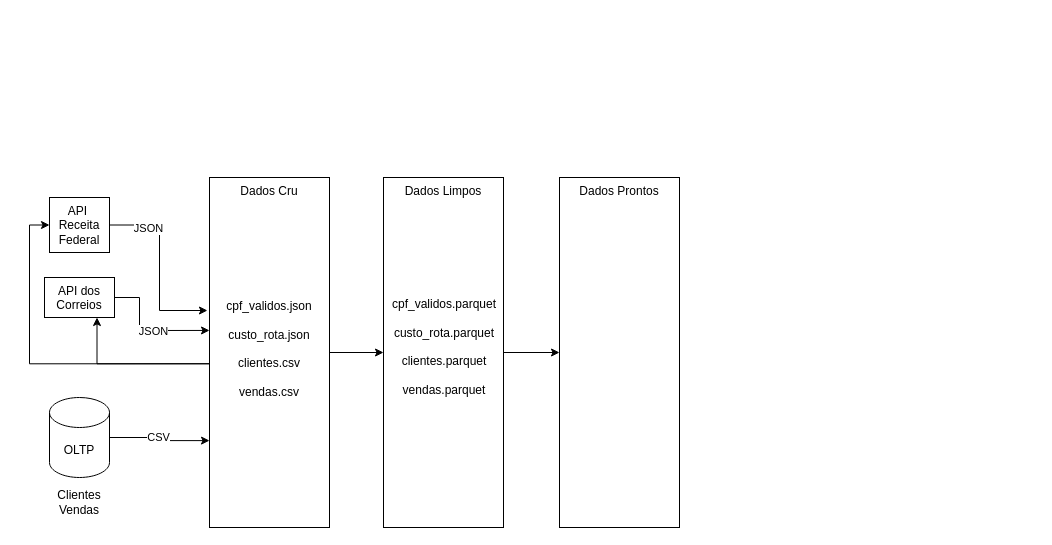
Before: 01-Fundamentos-de-Programacao-e-Dados/01-Introducao-a-Engenharia-de-Dados/Projeto Pratico 1 - Loja.drawio in PArthur006/Formacao-Data_Engineer, a draw.io diagram. Source tidied: cells renumbered, new cells numbered last; positions are measured from the earlier drawing's top-left corner, leaving out a move shared by most shapes. Both pictures are drawn from the tidied source at 100%, with x=0, y=0 at pixel (44, 177). Pictures stored in the file or linked from it are replaced by grey dashed boxes.
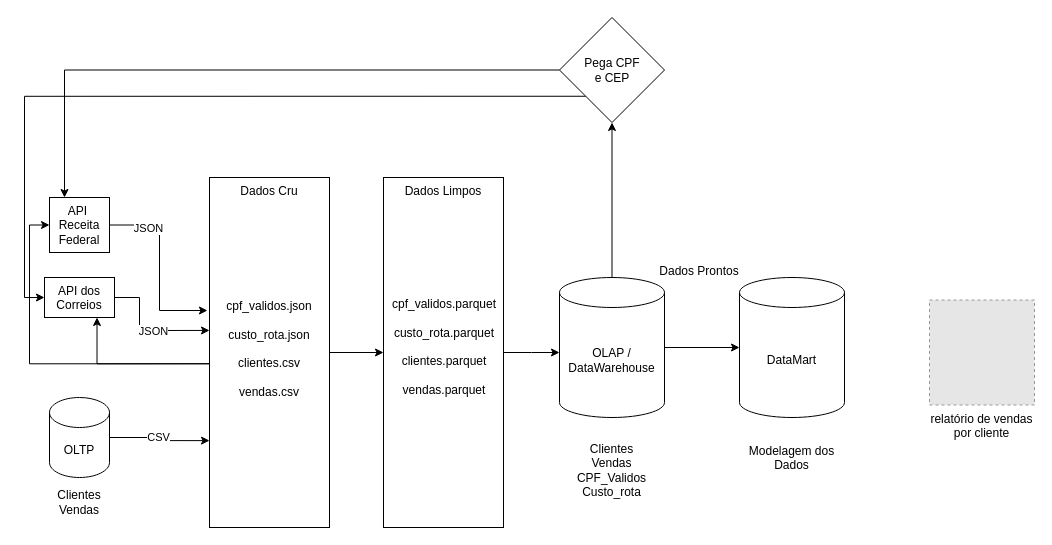
The same page after the edit.

Commit message:
Atualizar Projeto Pratico 1 - Modelo Final

The change refers to these unchanged cells:
```xml
<mxCell id="7" value="API dos Correios&lt;div&gt;&lt;br&gt;&lt;/div&gt;" style="text;html=1;whiteSpace=wrap;strokeColor=none;fillColor=none;align=center;verticalAlign=top;rounded=0;" parent="1" vertex="1">
  <mxGeometry y="100" width="70" height="40" as="geometry" />
</mxCell>
<mxCell id="9" value="API&amp;nbsp;&lt;div&gt;Receita Federal&lt;/div&gt;" style="text;html=1;whiteSpace=wrap;strokeColor=none;fillColor=none;align=center;verticalAlign=top;rounded=0;" parent="1" vertex="1">
  <mxGeometry x="5" y="20" width="60" height="55" as="geometry" />
</mxCell>
<mxCell id="14" style="rounded=0;whiteSpace=wrap;html=1;" parent="1" vertex="1">
  <mxGeometry x="339" width="120" height="350" as="geometry" />
</mxCell>
```

Diff of the diagram source:
```diff
@@
-    <mxCell id="13" style="edgeStyle=orthogonalEdgeStyle;rounded=0;jettySize=auto;html=1;exitX=1;exitY=0.5;exitDx=0;exitDy=0;" parent="1" edge="1" source="14" target="16">
-      <mxGeometry relative="1" as="geometry" />
+    <mxCell id="13" style="edgeStyle=orthogonalEdgeStyle;rounded=0;jettySize=auto;html=1;exitX=1;exitY=0.5;exitDx=0;exitDy=0;" parent="1" edge="1" source="14">
+      <mxGeometry relative="1" as="geometry">
+        <mxPoint x="515" y="175" as="targetPoint" />
+      </mxGeometry>
     </mxCell>
@@
-    <mxCell id="16" style="rounded=0;whiteSpace=wrap;html=1;" parent="1" vertex="1">
-      <mxGeometry x="515" width="120" height="350" as="geometry" />
-    </mxCell>
-    <mxCell id="17" value="Dados Prontos" style="text;html=1;whiteSpace=wrap;strokeColor=none;fillColor=none;align=center;verticalAlign=top;rounded=0;" parent="1" vertex="1">
-      <mxGeometry x="515" width="120" height="30" as="geometry" />
-    </mxCell>
@@
+    <mxCell id="26" style="edgeStyle=orthogonalEdgeStyle;rounded=0;jettySize=auto;html=1;exitX=0.5;exitY=0;exitDx=0;exitDy=0;exitPerimeter=0;entryX=0.5;entryY=1;entryDx=0;entryDy=0;" parent="1" edge="1" source="27" target="36">
+      <mxGeometry relative="1" as="geometry" />
+    </mxCell>
+    <mxCell id="27" value="OLAP /&lt;div&gt;DataWarehouse&lt;/div&gt;" style="shape=cylinder3;whiteSpace=wrap;html=1;boundedLbl=1;backgroundOutline=1;size=15;" parent="1" vertex="1">
+      <mxGeometry x="515" y="100" width="105" height="140" as="geometry" />
+    </mxCell>
+    <mxCell id="28" value="Clientes&lt;div&gt;Vendas&lt;/div&gt;&lt;div&gt;CPF_Validos&lt;/div&gt;&lt;div&gt;Custo_rota&lt;/div&gt;" style="text;html=1;whiteSpace=wrap;strokeColor=none;fillColor=none;align=center;verticalAlign=middle;rounded=0;" parent="1" vertex="1">
+      <mxGeometry x="515" y="260" width="105" height="65" as="geometry" />
+    </mxCell>
+    <mxCell id="29" value="DataMart" style="shape=cylinder3;whiteSpace=wrap;html=1;boundedLbl=1;backgroundOutline=1;size=15;" parent="1" vertex="1">
+      <mxGeometry x="695" y="100" width="105" height="140" as="geometry" />
+    </mxCell>
+    <mxCell id="30" value="Modelagem dos Dados" style="text;html=1;whiteSpace=wrap;strokeColor=none;fillColor=none;align=center;verticalAlign=top;rounded=0;" parent="1" vertex="1">
+      <mxGeometry x="695" y="260" width="105" height="65" as="geometry" />
+    </mxCell>
+    <mxCell id="31" style="edgeStyle=orthogonalEdgeStyle;rounded=0;jettySize=auto;html=1;exitX=1;exitY=0.5;exitDx=0;exitDy=0;exitPerimeter=0;entryX=0;entryY=0.5;entryDx=0;entryDy=0;entryPerimeter=0;" parent="1" edge="1" source="27" target="29">
+      <mxGeometry relative="1" as="geometry" />
+    </mxCell>
+    <mxCell id="32" style="fillColor=#E6E6E6;strokeColor=#999999;dashed=1;html=1;verticalAlign=top;verticalLabelPosition=bottom;labelBackgroundColor=#ffffff;" parent="1" vertex="1">
+      <mxGeometry x="885" y="122.5" width="105" height="105" as="geometry" />
+    </mxCell>
+    <mxCell id="33" value="relatório de vendas por cliente" style="text;html=1;whiteSpace=wrap;strokeColor=none;fillColor=none;align=center;verticalAlign=top;rounded=0;" parent="1" vertex="1">
+      <mxGeometry x="885" y="227.5" width="105" height="65" as="geometry" />
+    </mxCell>
+    <mxCell id="17" value="Dados Prontos" style="text;html=1;whiteSpace=wrap;strokeColor=none;fillColor=none;align=center;verticalAlign=top;rounded=0;" parent="1" vertex="1">
+      <mxGeometry x="595" y="80" width="120" height="30" as="geometry" />
+    </mxCell>
+    <mxCell id="34" style="edgeStyle=orthogonalEdgeStyle;rounded=0;jettySize=auto;html=1;exitX=0;exitY=0.5;exitDx=0;exitDy=0;entryX=0.25;entryY=0;entryDx=0;entryDy=0;" parent="1" edge="1" source="36" target="9">
+      <mxGeometry relative="1" as="geometry" />
+    </mxCell>
+    <mxCell id="35" style="edgeStyle=orthogonalEdgeStyle;rounded=0;jettySize=auto;html=1;exitX=0;exitY=1;exitDx=0;exitDy=0;entryX=0;entryY=0.5;entryDx=0;entryDy=0;" parent="1" edge="1" source="36" target="7">
+      <mxGeometry relative="1" as="geometry" />
+    </mxCell>
+    <mxCell id="36" style="rhombus;whiteSpace=wrap;html=1;shapeInside=1;" parent="1" vertex="1">
+      <mxGeometry x="515" y="-160" width="105" height="105" as="geometry" />
+    </mxCell>
+    <mxCell id="37" value="Pega CPF e CEP" style="text;html=1;whiteSpace=wrap;strokeColor=none;fillColor=none;align=center;verticalAlign=middle;rounded=0;" parent="1" vertex="1">
+      <mxGeometry x="537.5" y="-122.5" width="60" height="30" as="geometry" />
+    </mxCell>
```
